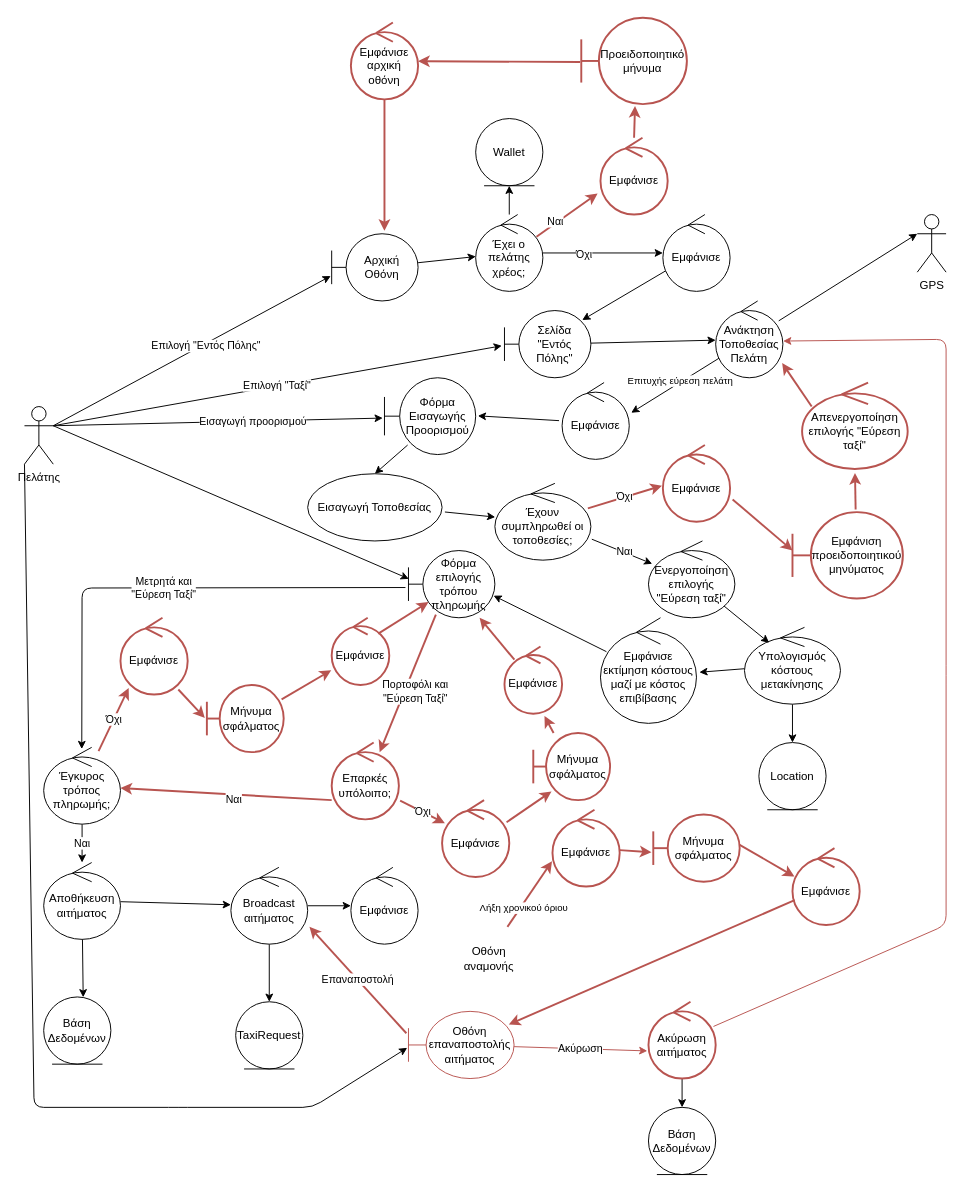
Before: Part_2/Robustness/diagrams/07_Επιλογή_Τάξι.drawio in Nikolis2002/texnoligia_logismikou, a draw.io diagram. Source tidied: cells renumbered, new cells numbered last; positions are measured from the earlier drawing's top-left corner, leaving out a move shared by most shapes. Both pictures are drawn from the tidied source at 96%, with x=0, y=0 at pixel (24, 17).
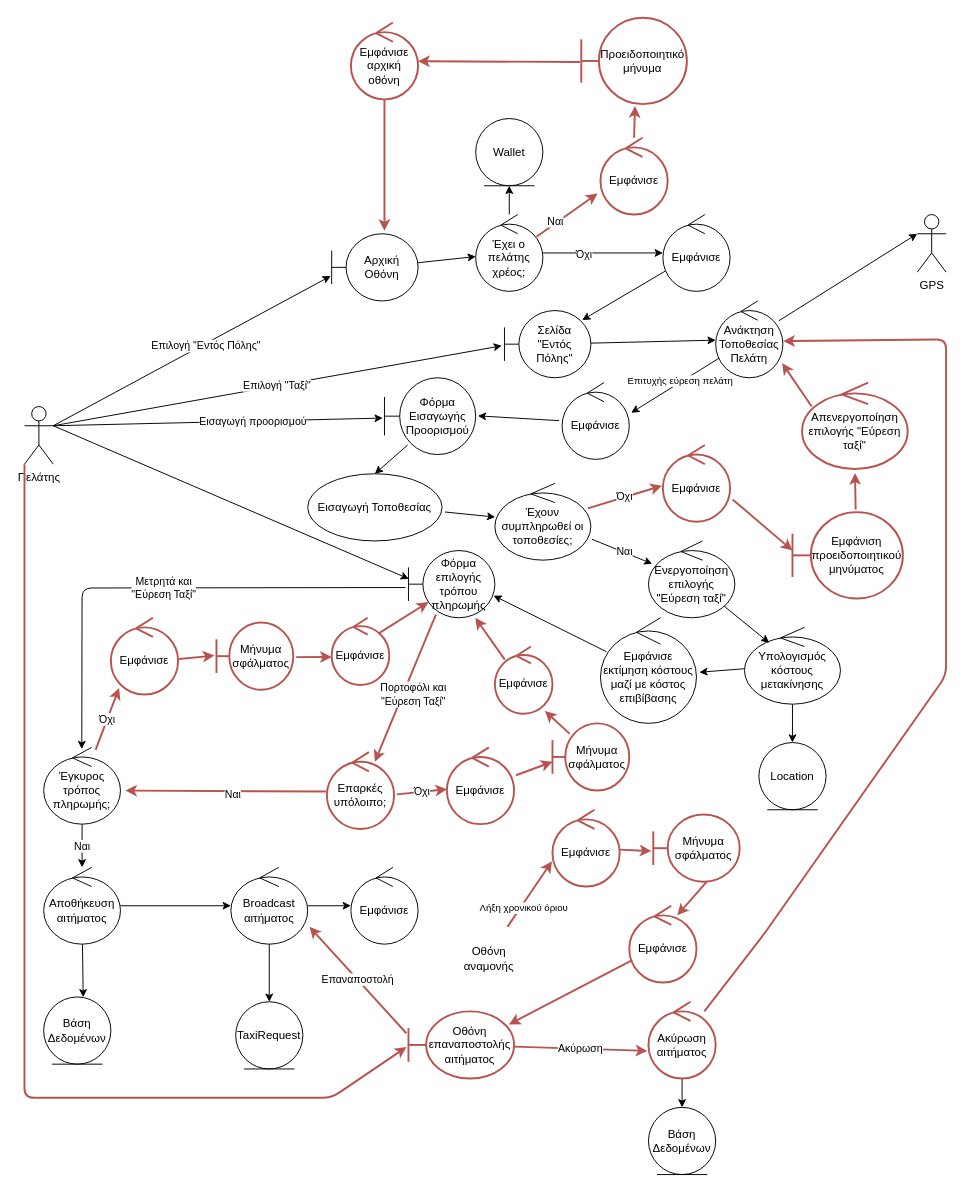
The same diagram, later.

Unchanged cells that the change refers to:
```xml
<mxCell id="9" value="Πελάτης" style="shape=umlActor;verticalLabelPosition=bottom;verticalAlign=top;html=1;" parent="1" vertex="1">
  <mxGeometry y="405" width="30" height="60" as="geometry" />
</mxCell>
<mxCell id="26" value="Ανάκτηση Τοποθεσίας Πελάτη" style="ellipse;shape=umlControl;whiteSpace=wrap;html=1;" parent="1" vertex="1">
  <mxGeometry x="720" y="295" width="70" height="80" as="geometry" />
</mxCell>
<mxCell id="50" value="Έγκυρος τρόπος πληρωμής;" style="ellipse;shape=umlControl;whiteSpace=wrap;html=1;" parent="1" vertex="1">
  <mxGeometry x="20" y="760" width="80" height="80" as="geometry" />
</mxCell>
<mxCell id="77" value="Εμφάνισε" style="ellipse;shape=umlControl;whiteSpace=wrap;html=1;fillColor=none;strokeColor=#b85450;strokeWidth=2;" parent="1" vertex="1">
  <mxGeometry x="550" y="825" width="70" height="80" as="geometry" />
</mxCell>
<mxCell id="85" value="Ακύρωση αιτήματος" style="ellipse;shape=umlControl;whiteSpace=wrap;html=1;fillColor=none;strokeColor=#b85450;strokeWidth=2;" parent="1" vertex="1">
  <mxGeometry x="650" y="1025" width="70" height="80" as="geometry" />
</mxCell>
<mxCell id="102" value="Εμφάνισε" style="ellipse;shape=umlControl;whiteSpace=wrap;html=1;fillColor=none;strokeColor=#b85450;strokeWidth=2;" parent="1" vertex="1">
  <mxGeometry x="320" y="625" width="60" height="70" as="geometry" />
</mxCell>
<mxCell id="105" value="Μήνυμα σφάλματος" style="shape=umlBoundary;whiteSpace=wrap;html=1;strokeColor=#B85450;strokeWidth=2;" parent="1" vertex="1">
  <mxGeometry x="655" y="830" width="90" height="70" as="geometry" />
</mxCell>
```

What changed in the source:
```diff
@@
-    <mxCell id="8" style="edgeStyle=none;html=1;exitX=0;exitY=1;exitDx=0;exitDy=0;exitPerimeter=0;entryX=-0.012;entryY=0.543;entryDx=0;entryDy=0;entryPerimeter=0;strokeWidth=1;" parent="1" edge="1" source="9" target="82">
-      <mxGeometry relative="1" as="geometry">
-        <Array as="points">
-          <mxPoint x="10" y="1135" />
-          <mxPoint x="160" y="1135" />
-          <mxPoint x="300" y="1135" />
-        </Array>
-      </mxGeometry>
-    </mxCell>
@@
     <mxCell id="53" value="Αποθήκευση αιτήματος" style="ellipse;shape=umlControl;whiteSpace=wrap;html=1;" parent="1" vertex="1">
-      <mxGeometry x="20" y="880" width="80" height="80" as="geometry" />
+      <mxGeometry x="20" y="885" width="80" height="80" as="geometry" />
     </mxCell>
@@
-    <mxCell id="69" style="edgeStyle=none;html=1;strokeWidth=2;fillColor=#f8cecc;strokeColor=#b85450;exitX=0;exitY=0.75;exitDx=0;exitDy=0;exitPerimeter=0;" parent="1" edge="1" source="72" target="50">
+    <mxCell id="69" style="edgeStyle=none;html=1;strokeWidth=2;fillColor=#f8cecc;strokeColor=#b85450;exitX=-0.014;exitY=0.513;exitDx=0;exitDy=0;exitPerimeter=0;entryX=1.063;entryY=0.563;entryDx=0;entryDy=0;entryPerimeter=0;" parent="1" edge="1" source="72" target="50">
       <mxGeometry relative="1" as="geometry" />
     </mxCell>
@@
-    <mxCell id="71" value="Όχι" style="edgeStyle=none;html=1;strokeWidth=2;fillColor=#f8cecc;strokeColor=#b85450;exitX=1.019;exitY=0.757;exitDx=0;exitDy=0;exitPerimeter=0;" parent="1" edge="1" source="72" target="75">
+    <mxCell id="71" value="Όχι" style="edgeStyle=none;html=1;strokeWidth=2;fillColor=#f8cecc;strokeColor=#b85450;exitX=1.043;exitY=0.55;exitDx=0;exitDy=0;exitPerimeter=0;" parent="1" edge="1" source="72" target="75">
       <mxGeometry relative="1" as="geometry" />
     </mxCell>
     <mxCell id="72" value="Επαρκές υπόλοιπο;" style="ellipse;shape=umlControl;whiteSpace=wrap;html=1;fillColor=none;strokeColor=#b85450;strokeWidth=2;" parent="1" vertex="1">
-      <mxGeometry x="320" y="755" width="70" height="80" as="geometry" />
+      <mxGeometry x="315" y="765" width="70" height="80" as="geometry" />
     </mxCell>
@@
-    <mxCell id="74" style="edgeStyle=none;html=1;strokeColor=#B85450;fontSize=10;exitX=0.96;exitY=0.287;exitDx=0;exitDy=0;exitPerimeter=0;entryX=0.238;entryY=0.87;entryDx=0;entryDy=0;entryPerimeter=0;strokeWidth=2;" parent="1" edge="1" source="75" target="95">
+    <mxCell id="74" style="edgeStyle=none;html=1;strokeColor=#B85450;fontSize=10;exitX=1.029;exitY=0.363;exitDx=0;exitDy=0;exitPerimeter=0;entryX=0;entryY=0.571;entryDx=0;entryDy=0;entryPerimeter=0;strokeWidth=2;" parent="1" edge="1" source="75" target="95">
       <mxGeometry relative="1" as="geometry" />
     </mxCell>
     <mxCell id="75" value="Εμφάνισε" style="ellipse;shape=umlControl;whiteSpace=wrap;html=1;fillColor=none;strokeColor=#b85450;strokeWidth=2;" parent="1" vertex="1">
-      <mxGeometry x="435" y="815" width="70" height="80" as="geometry" />
+      <mxGeometry x="440" y="760" width="70" height="80" as="geometry" />
     </mxCell>
-    <mxCell id="76" style="edgeStyle=none;html=1;strokeColor=#B85450;strokeWidth=2;fontSize=10;entryX=-0.021;entryY=0.561;entryDx=0;entryDy=0;entryPerimeter=0;" parent="1" edge="1" source="77" target="105">
+    <mxCell id="76" style="edgeStyle=none;html=1;strokeColor=#B85450;strokeWidth=2;fontSize=10;entryX=-0.022;entryY=0.543;entryDx=0;entryDy=0;entryPerimeter=0;" parent="1" edge="1" source="77" target="105">
       <mxGeometry relative="1" as="geometry" />
     </mxCell>
@@
     <mxCell id="79" value="Εμφάνισε" style="ellipse;shape=umlControl;whiteSpace=wrap;html=1;fillColor=none;strokeColor=#b85450;strokeWidth=2;" parent="1" vertex="1">
-      <mxGeometry x="800" y="865" width="70" height="80" as="geometry" />
+      <mxGeometry x="630" y="925" width="70" height="80" as="geometry" />
     </mxCell>
@@
-    <mxCell id="81" value="Ακύρωση" style="edgeStyle=none;html=1;entryX=-0.017;entryY=0.64;entryDx=0;entryDy=0;entryPerimeter=0;strokeWidth=1;strokeColor=#B85450;" parent="1" edge="1" source="82" target="85">
+    <mxCell id="81" value="Ακύρωση" style="edgeStyle=none;html=1;entryX=-0.017;entryY=0.64;entryDx=0;entryDy=0;entryPerimeter=0;strokeWidth=2;strokeColor=#B85450;" parent="1" edge="1" source="82" target="85">
       <mxGeometry relative="1" as="geometry" />
     </mxCell>
-    <mxCell id="82" value="Οθόνη επαναποστολής αιτήματος" style="shape=umlBoundary;whiteSpace=wrap;html=1;fillColor=none;strokeColor=#b85450;" parent="1" vertex="1">
+    <mxCell id="82" value="Οθόνη επαναποστολής αιτήματος" style="shape=umlBoundary;whiteSpace=wrap;html=1;fillColor=none;strokeColor=#b85450;strokeWidth=2;" parent="1" vertex="1">
       <mxGeometry x="400" y="1035" width="110" height="70" as="geometry" />
     </mxCell>
-    <mxCell id="83" style="edgeStyle=none;html=1;entryX=1.004;entryY=0.522;entryDx=0;entryDy=0;entryPerimeter=0;strokeWidth=1;strokeColor=#B85450;" parent="1" edge="1" source="85" target="26">
+    <mxCell id="83" style="edgeStyle=none;html=1;entryX=1.004;entryY=0.522;entryDx=0;entryDy=0;entryPerimeter=0;strokeWidth=2;strokeColor=#B85450;" parent="1" edge="1" source="85" target="26">
       <mxGeometry relative="1" as="geometry">
         <Array as="points">
-          <mxPoint x="960" y="945" />
+          <mxPoint x="770" y="955" />
           <mxPoint x="960" y="685" />
           <mxPoint x="960" y="335" />
         </Array>
       </mxGeometry>
     </mxCell>
@@
-    <mxCell id="94" style="edgeStyle=none;html=1;strokeColor=#B85450;fontSize=10;strokeWidth=2;entryX=0.694;entryY=1.033;entryDx=0;entryDy=0;entryPerimeter=0;" parent="1" edge="1" source="95" target="96">
+    <mxCell id="94" style="edgeStyle=none;html=1;strokeColor=#B85450;fontSize=10;strokeWidth=2;entryX=0.867;entryY=0.957;entryDx=0;entryDy=0;entryPerimeter=0;exitX=0.225;exitY=0.157;exitDx=0;exitDy=0;exitPerimeter=0;" parent="1" edge="1" source="95" target="96">
       <mxGeometry relative="1" as="geometry" />
     </mxCell>
     <mxCell id="95" value="Μήνυμα&lt;br&gt;σφάλματος" style="shape=umlBoundary;whiteSpace=wrap;html=1;strokeColor=#B85450;strokeWidth=2;" parent="1" vertex="1">
-      <mxGeometry x="530" y="745" width="80" height="70" as="geometry" />
+      <mxGeometry x="550" y="735" width="80" height="70" as="geometry" />
     </mxCell>
     <mxCell id="96" value="Εμφάνισε" style="ellipse;shape=umlControl;whiteSpace=wrap;html=1;fillColor=none;strokeColor=#b85450;strokeWidth=2;" parent="1" vertex="1">
-      <mxGeometry x="500" y="655" width="60" height="70" as="geometry" />
+      <mxGeometry x="490" y="655" width="60" height="70" as="geometry" />
     </mxCell>
-    <mxCell id="97" style="edgeStyle=none;html=1;strokeColor=#B85450;fontSize=10;exitX=0.861;exitY=0.934;exitDx=0;exitDy=0;exitPerimeter=0;strokeWidth=2;entryX=-0.027;entryY=0.491;entryDx=0;entryDy=0;entryPerimeter=0;" parent="1" edge="1" source="98" target="100">
+    <mxCell id="97" style="edgeStyle=none;html=1;strokeColor=#B85450;fontSize=10;exitX=1.014;exitY=0.538;exitDx=0;exitDy=0;exitPerimeter=0;strokeWidth=2;entryX=-0.027;entryY=0.491;entryDx=0;entryDy=0;entryPerimeter=0;" parent="1" edge="1" source="98" target="100">
       <mxGeometry relative="1" as="geometry" />
     </mxCell>
     <mxCell id="98" value="Εμφάνισε" style="ellipse;shape=umlControl;whiteSpace=wrap;html=1;fillColor=none;strokeColor=#b85450;strokeWidth=2;" parent="1" vertex="1">
-      <mxGeometry x="100" y="625" width="70" height="80" as="geometry" />
+      <mxGeometry x="90" y="625" width="70" height="80" as="geometry" />
     </mxCell>
-    <mxCell id="99" style="edgeStyle=none;html=1;strokeColor=#B85450;fontSize=10;exitX=0.973;exitY=0.215;exitDx=0;exitDy=0;exitPerimeter=0;strokeWidth=2;entryX=-0.007;entryY=0.781;entryDx=0;entryDy=0;entryPerimeter=0;" parent="1" edge="1" source="100" target="102">
+    <mxCell id="99" style="edgeStyle=none;html=1;strokeColor=#B85450;fontSize=10;exitX=1.038;exitY=0.514;exitDx=0;exitDy=0;exitPerimeter=0;strokeWidth=2;entryX=0;entryY=0.585;entryDx=0;entryDy=0;entryPerimeter=0;" parent="1" edge="1" source="100" target="102">
       <mxGeometry relative="1" as="geometry" />
     </mxCell>
     <mxCell id="100" value="Μήνυμα&lt;br&gt;σφάλματος" style="shape=umlBoundary;whiteSpace=wrap;html=1;strokeColor=#B85450;strokeWidth=2;" parent="1" vertex="1">
-      <mxGeometry x="190" y="695" width="80" height="70" as="geometry" />
+      <mxGeometry x="200" y="630" width="80" height="70" as="geometry" />
     </mxCell>
@@
-    <mxCell id="104" style="edgeStyle=none;html=1;entryX=0.029;entryY=0.369;entryDx=0;entryDy=0;entryPerimeter=0;strokeColor=#B85450;strokeWidth=2;fontSize=10;exitX=0.995;exitY=0.447;exitDx=0;exitDy=0;exitPerimeter=0;" parent="1" edge="1" source="105" target="79">
+    <mxCell id="104" style="edgeStyle=none;html=1;entryX=0.714;entryY=0.125;entryDx=0;entryDy=0;entryPerimeter=0;strokeColor=#B85450;strokeWidth=2;fontSize=10;exitX=0.995;exitY=0.447;exitDx=0;exitDy=0;exitPerimeter=0;" parent="1" edge="1" source="105" target="79">
       <mxGeometry relative="1" as="geometry" />
     </mxCell>
@@
+    <mxCell id="8" style="edgeStyle=none;html=1;entryX=-0.018;entryY=0.529;entryDx=0;entryDy=0;entryPerimeter=0;strokeColor=#B85450;strokeWidth=2;fontSize=10;exitX=0;exitY=1;exitDx=0;exitDy=0;exitPerimeter=0;" parent="1" edge="1" source="9" target="82">
+      <mxGeometry relative="1" as="geometry">
+        <Array as="points">
+          <mxPoint y="1125" />
+          <mxPoint x="320" y="1125" />
+        </Array>
+      </mxGeometry>
+    </mxCell>
```
